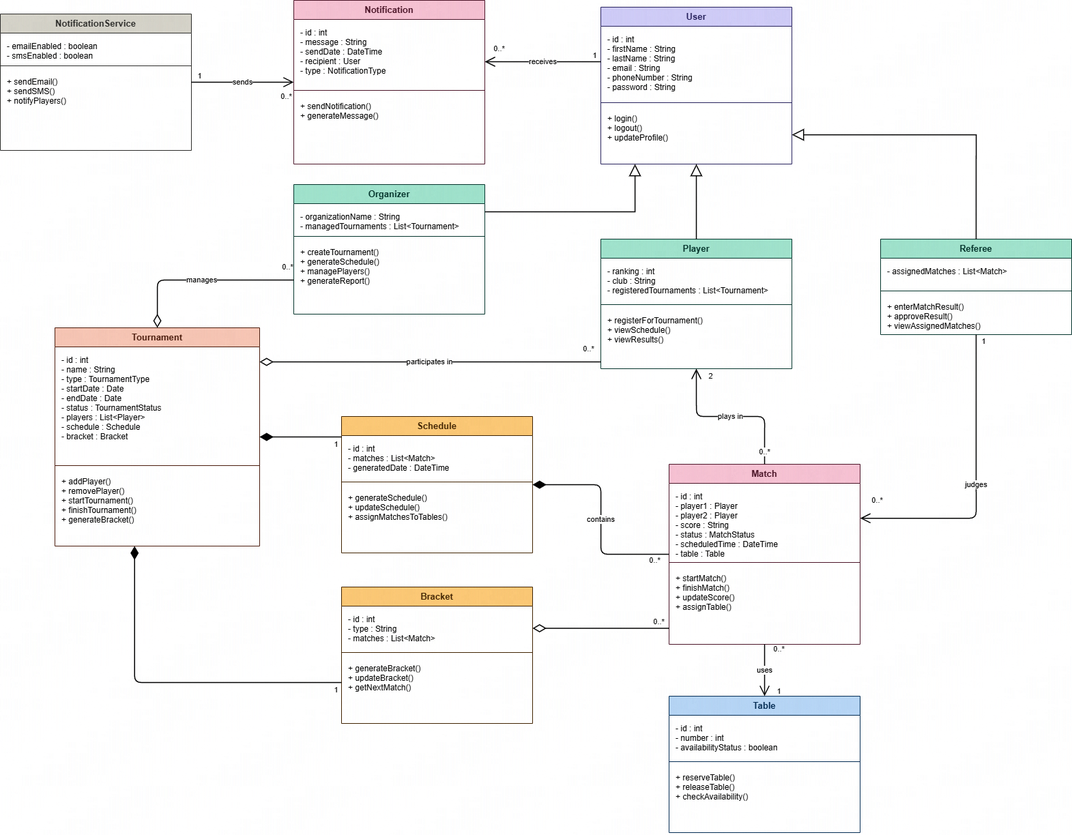
The draw.io diagram assets/class_diagram.png in ComradeHonk/tt-controllah, before a commit. Source tidied: cells renumbered, new cells last; positions are measured from the earlier drawing's top-left corner, leaving out a move shared by most shapes.
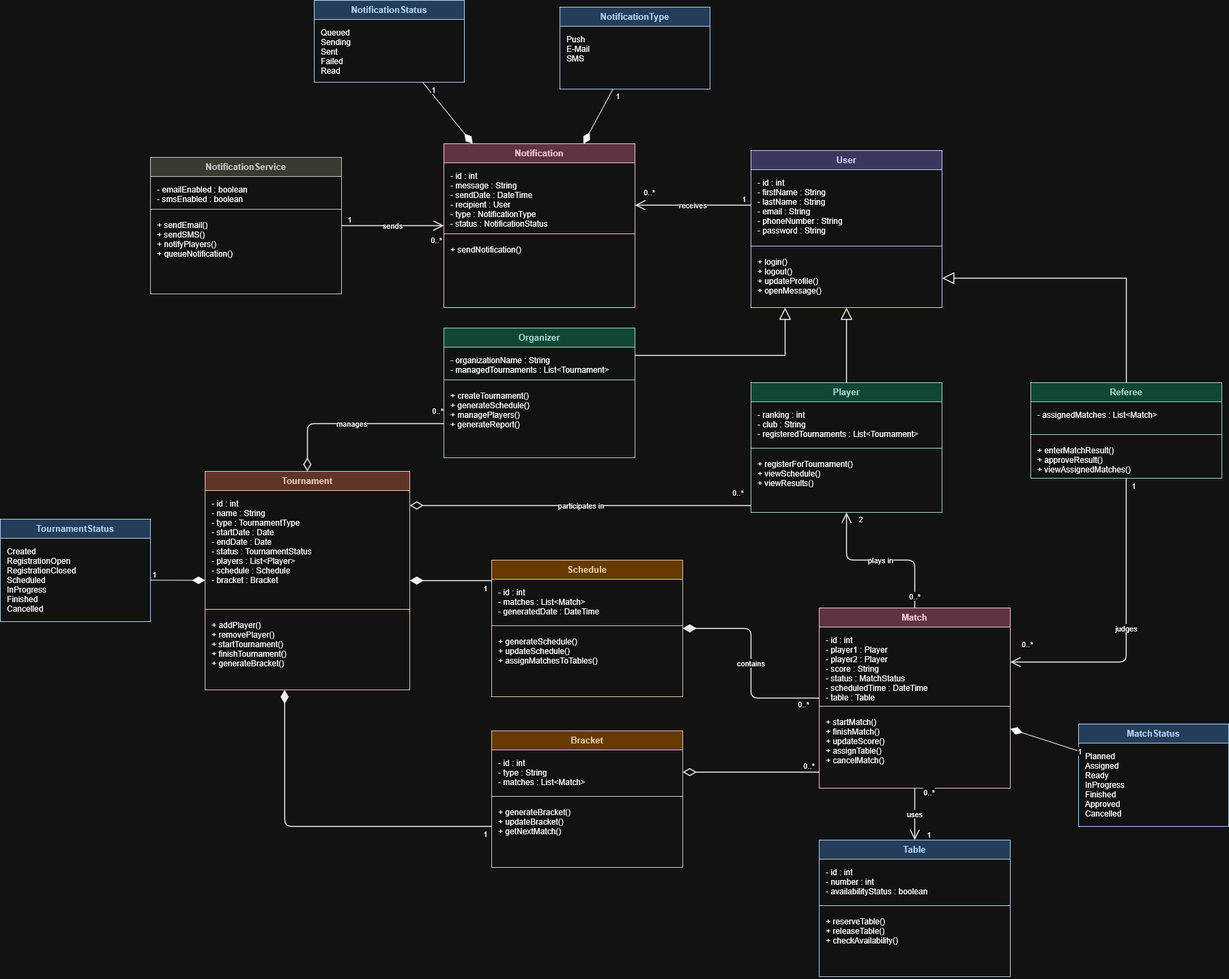
After the change.

Commit message:
Zaktualizowano diagram klas

Diff of the diagram source:
```diff
@@ -11,7 +11,7 @@
     <mxCell id="4" style="line;strokeWidth=1;fillColor=none;align=left;verticalAlign=middle;spacingTop=-1;spacingLeft=3;spacingRight=3;labelPosition=right;strokeColor=#26215C;" parent="2" vertex="1">
       <mxGeometry y="136" width="280" height="8" as="geometry" />
     </mxCell>
-    <mxCell id="5" value="+ login()&#10;+ logout()&#10;+ updateProfile()" style="text;strokeColor=none;fillColor=none;align=left;verticalAlign=top;spacingLeft=8;spacingRight=8;spacingTop=6;overflow=hidden;points=[[0,0.5],[1,0.5]];portConstraint=eastwest;fontSize=12;" parent="2" vertex="1">
+    <mxCell id="5" value="+ login()&#10;+ logout()&#10;+ updateProfile()&#10;+ openMessage()&#10;" style="text;strokeColor=none;fillColor=none;align=left;verticalAlign=top;spacingLeft=8;spacingRight=8;spacingTop=6;overflow=hidden;points=[[0,0.5],[1,0.5]];portConstraint=eastwest;fontSize=12;" parent="2" vertex="1">
       <mxGeometry y="144" width="280" height="86" as="geometry" />
     </mxCell>
     <mxCell id="6" value="Organizer" style="swimlane;fontStyle=1;align=center;verticalAlign=top;horizontal=1;startSize=28;swimlaneFillColor=#ffffff;fillColor=#9FE1CB;strokeColor=#04342C;fontColor=#04342C;fontSize=13;" parent="1" vertex="1">
@@ -95,7 +95,7 @@
     <mxCell id="32" style="line;strokeWidth=1;fillColor=none;align=left;verticalAlign=middle;spacingTop=-1;spacingLeft=3;spacingRight=3;labelPosition=right;strokeColor=#4B1528;" parent="30" vertex="1">
       <mxGeometry y="140" width="280" height="8" as="geometry" />
     </mxCell>
-    <mxCell id="33" value="+ startMatch()&#10;+ finishMatch()&#10;+ updateScore()&#10;+ assignTable()" style="text;strokeColor=none;fillColor=none;align=left;verticalAlign=top;spacingLeft=8;spacingRight=8;spacingTop=6;overflow=hidden;points=[[0,0.5],[1,0.5]];portConstraint=eastwest;fontSize=12;" parent="30" vertex="1">
+    <mxCell id="33" value="+ startMatch()&#10;+ finishMatch()&#10;+ updateScore()&#10;+ assignTable()&#10;+ cancelMatch()" style="text;strokeColor=none;fillColor=none;align=left;verticalAlign=top;spacingLeft=8;spacingRight=8;spacingTop=6;overflow=hidden;points=[[0,0.5],[1,0.5]];portConstraint=eastwest;fontSize=12;" parent="30" vertex="1">
       <mxGeometry y="148" width="280" height="116" as="geometry" />
     </mxCell>
     <mxCell id="34" value="Table" style="swimlane;fontStyle=1;align=center;verticalAlign=top;horizontal=1;startSize=28;swimlaneFillColor=#ffffff;fillColor=#B5D4F4;strokeColor=#042C53;fontColor=#042C53;fontSize=13;" parent="1" vertex="1">
@@ -113,13 +113,13 @@
     <mxCell id="38" value="Notification" style="swimlane;fontStyle=1;align=center;verticalAlign=top;horizontal=1;startSize=28;swimlaneFillColor=#ffffff;fillColor=#F4C0D1;strokeColor=#4B1528;fontColor=#4B1528;fontSize=13;" parent="1" vertex="1">
       <mxGeometry x="430" width="280" height="240" as="geometry" />
     </mxCell>
-    <mxCell id="39" value="- id : int&#10;- message : String&#10;- sendDate : DateTime&#10;- recipient : User&#10;- type : NotificationType" style="text;strokeColor=none;fillColor=none;align=left;verticalAlign=top;spacingLeft=8;spacingRight=8;spacingTop=6;overflow=hidden;fontSize=12;" parent="38" vertex="1">
+    <mxCell id="39" value="- id : int&#10;- message : String&#10;- sendDate : DateTime&#10;- recipient : User&#10;- type : NotificationType&#10;- status : NotificationStatus" style="text;strokeColor=none;fillColor=none;align=left;verticalAlign=top;spacingLeft=8;spacingRight=8;spacingTop=6;overflow=hidden;fontSize=12;" parent="38" vertex="1">
       <mxGeometry y="28" width="280" height="100" as="geometry" />
     </mxCell>
     <mxCell id="40" style="line;strokeWidth=1;fillColor=none;align=left;verticalAlign=middle;spacingTop=-1;spacingLeft=3;spacingRight=3;labelPosition=right;strokeColor=#4B1528;" parent="38" vertex="1">
       <mxGeometry y="128" width="280" height="8" as="geometry" />
     </mxCell>
-    <mxCell id="41" value="+ sendNotification()&#10;+ generateMessage()" style="text;strokeColor=none;fillColor=none;align=left;verticalAlign=top;spacingLeft=8;spacingRight=8;spacingTop=6;overflow=hidden;fontSize=12;" parent="38" vertex="1">
+    <mxCell id="41" value="+ sendNotification()" style="text;strokeColor=none;fillColor=none;align=left;verticalAlign=top;spacingLeft=8;spacingRight=8;spacingTop=6;overflow=hidden;fontSize=12;" parent="38" vertex="1">
       <mxGeometry y="136" width="280" height="104" as="geometry" />
     </mxCell>
     <mxCell id="42" value="NotificationService" style="swimlane;fontStyle=1;align=center;verticalAlign=top;horizontal=1;startSize=28;swimlaneFillColor=#ffffff;fillColor=#D3D1C7;strokeColor=#2C2C2A;fontColor=#2C2C2A;fontSize=13;" parent="1" vertex="1">
@@ -131,7 +131,7 @@
     <mxCell id="44" style="line;strokeWidth=1;fillColor=none;align=left;verticalAlign=middle;spacingTop=-1;spacingLeft=3;spacingRight=3;labelPosition=right;strokeColor=#2C2C2A;" parent="42" vertex="1">
       <mxGeometry y="72" width="280" height="8" as="geometry" />
     </mxCell>
-    <mxCell id="45" value="+ sendEmail()&#10;+ sendSMS()&#10;+ notifyPlayers()" style="text;strokeColor=none;fillColor=none;align=left;verticalAlign=top;spacingLeft=8;spacingRight=8;spacingTop=6;overflow=hidden;fontSize=12;" parent="42" vertex="1">
+    <mxCell id="45" value="+ sendEmail()&#10;+ sendSMS()&#10;+ notifyPlayers()&#10;+ queueNotification()" style="text;strokeColor=none;fillColor=none;align=left;verticalAlign=top;spacingLeft=8;spacingRight=8;spacingTop=6;overflow=hidden;fontSize=12;" parent="42" vertex="1">
       <mxGeometry y="80" width="280" height="120" as="geometry" />
     </mxCell>
     <mxCell id="46" style="edgeStyle=orthogonalEdgeStyle;rounded=0;jettySize=auto;html=1;endArrow=block;endFill=0;endSize=14;strokeColor=#000000;exitX=0.5;exitY=0;exitDx=0;exitDy=0;entryX=0.5;entryY=1;entryDx=0;entryDy=0;strokeWidth=1.5;" parent="1" edge="1" source="10" target="2">
@@ -278,5 +278,61 @@
         <mxPoint x="147" y="-9" as="offset" />
       </mxGeometry>
     </mxCell>
+    <mxCell id="76" value="TournamentStatus" style="swimlane;fontStyle=1;align=center;verticalAlign=top;horizontal=1;startSize=28;swimlaneFillColor=#ffffff;fillColor=#B5D4F4;strokeColor=#042C53;fontColor=#042C53;fontSize=13;" parent="1" vertex="1">
+      <mxGeometry x="-220" y="550" width="220" height="150" as="geometry" />
+    </mxCell>
+    <mxCell id="77" value="Created&#10;RegistrationOpen&#10;RegistrationClosed&#10;Scheduled&#10;InProgress&#10;Finished&#10;Cancelled" style="text;strokeColor=none;fillColor=none;align=left;verticalAlign=top;spacingLeft=8;spacingRight=8;spacingTop=6;overflow=hidden;points=[[0,0.5],[1,0.5]];portConstraint=eastwest;fontSize=12;" parent="76" vertex="1">
+      <mxGeometry y="28" width="220" height="122" as="geometry" />
+    </mxCell>
+    <mxCell id="78" style="endArrow=none;html=1;rounded=0;endFill=0;startArrow=diamondThin;startFill=1;startSize=16;" parent="1" edge="1" source="18" target="77">
+      <mxGeometry relative="1" as="geometry" />
+    </mxCell>
+    <mxCell id="79" value="1" style="edgeLabel;html=1;align=center;verticalAlign=middle;" parent="78" vertex="1">
+      <mxGeometry x="0.84" relative="1" as="geometry">
+        <mxPoint y="-9" as="offset" />
+      </mxGeometry>
+    </mxCell>
+    <mxCell id="80" value="NotificationStatus" style="swimlane;fontStyle=1;align=center;verticalAlign=top;horizontal=1;startSize=28;swimlaneFillColor=#ffffff;fillColor=#B5D4F4;strokeColor=#042C53;fontColor=#042C53;fontSize=13;" parent="1" vertex="1">
+      <mxGeometry x="240" y="-210" width="220" height="120" as="geometry" />
+    </mxCell>
+    <mxCell id="81" value="Queued&#10;Sending&#10;Sent&#10;Failed&#10;Read" style="text;strokeColor=none;fillColor=none;align=left;verticalAlign=top;spacingLeft=8;spacingRight=8;spacingTop=6;overflow=hidden;fontSize=12;" parent="80" vertex="1">
+      <mxGeometry y="28" width="220" height="92" as="geometry" />
+    </mxCell>
+    <mxCell id="82" style="endArrow=none;html=1;rounded=0;endFill=0;startArrow=diamondThin;startFill=1;startSize=16;" parent="1" edge="1" source="38" target="80">
+      <mxGeometry relative="1" as="geometry" />
+    </mxCell>
+    <mxCell id="83" value="1" style="edgeLabel;html=1;align=center;verticalAlign=middle;" parent="82" vertex="1">
+      <mxGeometry x="0.84" relative="1" as="geometry">
+        <mxPoint x="10" y="3" as="offset" />
+      </mxGeometry>
+    </mxCell>
+    <mxCell id="84" value="MatchStatus" style="swimlane;fontStyle=1;align=center;verticalAlign=top;horizontal=1;startSize=28;swimlaneFillColor=#ffffff;fillColor=#B5D4F4;strokeColor=#042C53;fontColor=#042C53;fontSize=13;" parent="1" vertex="1">
+      <mxGeometry x="1360" y="850" width="220" height="150" as="geometry" />
+    </mxCell>
+    <mxCell id="85" value="Planned&#10;Assigned&#10;Ready&#10;InProgress&#10;Finished&#10;Approved&#10;Cancelled" style="text;strokeColor=none;fillColor=none;align=left;verticalAlign=top;spacingLeft=8;spacingRight=8;spacingTop=6;overflow=hidden;fontSize=12;" parent="84" vertex="1">
+      <mxGeometry y="28" width="220" height="122" as="geometry" />
+    </mxCell>
+    <mxCell id="86" style="endArrow=none;html=1;rounded=0;endFill=0;startArrow=diamondThin;startFill=1;startSize=16;" parent="1" edge="1" source="30" target="84">
+      <mxGeometry relative="1" as="geometry" />
+    </mxCell>
+    <mxCell id="87" value="1" style="edgeLabel;html=1;align=center;verticalAlign=middle;" parent="86" vertex="1">
+      <mxGeometry x="0.84" relative="1" as="geometry">
+        <mxPoint x="10" y="3" as="offset" />
+      </mxGeometry>
+    </mxCell>
+    <mxCell id="88" value="NotificationType" style="swimlane;fontStyle=1;align=center;verticalAlign=top;horizontal=1;startSize=28;swimlaneFillColor=#ffffff;fillColor=#B5D4F4;strokeColor=#042C53;fontColor=#042C53;fontSize=13;" parent="1" vertex="1">
+      <mxGeometry x="600" y="-200" width="220" height="120" as="geometry" />
+    </mxCell>
+    <mxCell id="89" value="Push&#10;E-Mail&#10;SMS" style="text;strokeColor=none;fillColor=none;align=left;verticalAlign=top;spacingLeft=8;spacingRight=8;spacingTop=6;overflow=hidden;fontSize=12;" parent="88" vertex="1">
+      <mxGeometry y="28" width="220" height="92" as="geometry" />
+    </mxCell>
+    <mxCell id="90" style="endArrow=none;html=1;rounded=0;endFill=0;startArrow=diamondThin;startFill=1;startSize=16;" parent="1" edge="1" source="38" target="88">
+      <mxGeometry relative="1" as="geometry" />
+    </mxCell>
+    <mxCell id="91" value="1" style="edgeLabel;html=1;align=center;verticalAlign=middle;" parent="90" vertex="1">
+      <mxGeometry x="0.84" relative="1" as="geometry">
+        <mxPoint x="10" y="3" as="offset" />
+      </mxGeometry>
+    </mxCell>
   </root>
 </mxGraphModel>
```
